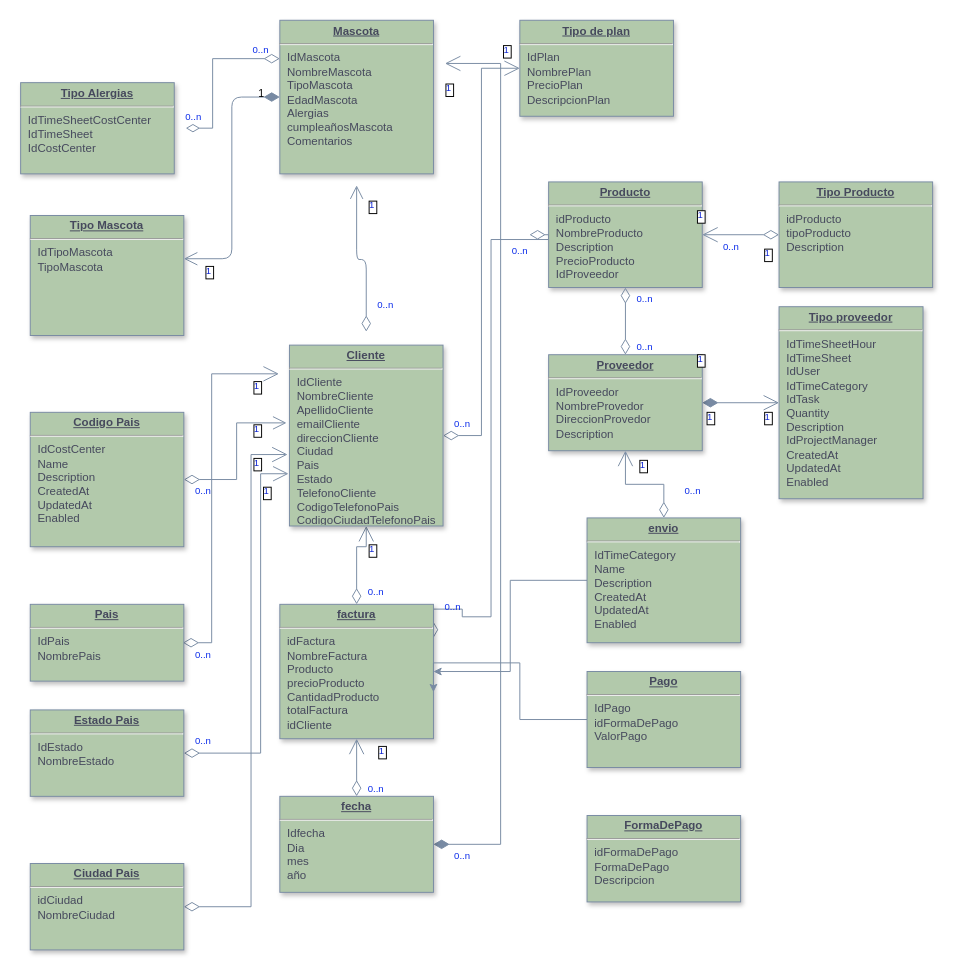
Earlier version of the draw.io diagram SQL/Untitled Diagram.drawio (buitrago001/coderhouse). Source tidied: cells renumbered, new cells numbered last; positions are measured from the earlier drawing's top-left corner, leaving out a move shared by most shapes. Both pictures are drawn from the tidied source at 96%, with x=0, y=0 at pixel (20, 20).
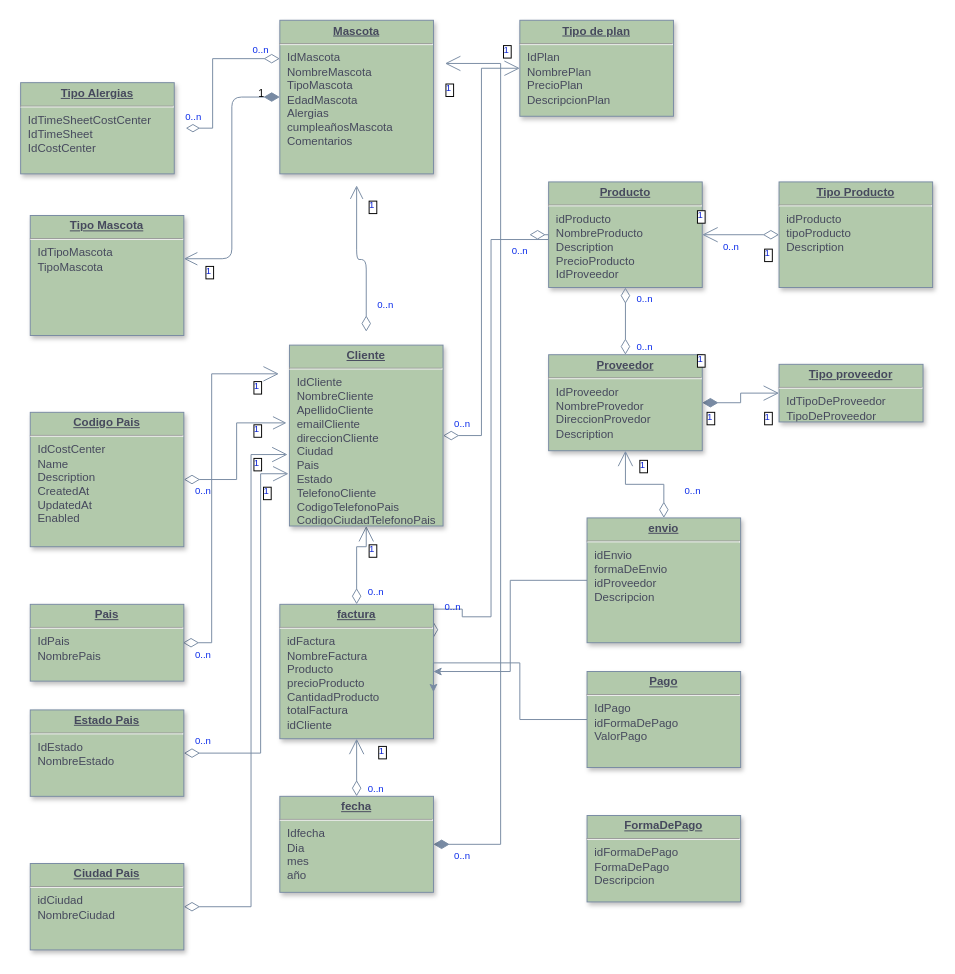
After the change.

Commit message:
diagrama proyecto final v4

The edit, as a diff of the source:
```diff
@@
-    <mxCell id="15" value="&lt;p style=&quot;margin: 0px; margin-top: 4px; text-align: center; text-decoration: underline;&quot;&gt;&lt;strong&gt;Tipo proveedor&lt;/strong&gt;&lt;/p&gt;&lt;hr&gt;&lt;p style=&quot;margin: 0px; margin-left: 8px;&quot;&gt;IdTimeSheetHour&lt;br&gt;IdTimeSheet&lt;/p&gt;&lt;p style=&quot;margin: 0px; margin-left: 8px;&quot;&gt;IdUser&lt;/p&gt;&lt;p style=&quot;margin: 0px; margin-left: 8px;&quot;&gt;IdTimeCategory&lt;/p&gt;&lt;p style=&quot;margin: 0px; margin-left: 8px;&quot;&gt;IdTask&lt;/p&gt;&lt;p style=&quot;margin: 0px; margin-left: 8px;&quot;&gt;Quantity&lt;/p&gt;&lt;p style=&quot;margin: 0px; margin-left: 8px;&quot;&gt;Description&lt;/p&gt;&lt;p style=&quot;margin: 0px; margin-left: 8px;&quot;&gt;IdProjectManager&lt;/p&gt;&lt;p style=&quot;margin: 0px; margin-left: 8px;&quot;&gt;CreatedAt&lt;/p&gt;&lt;p style=&quot;margin: 0px; margin-left: 8px;&quot;&gt;UpdatedAt&lt;/p&gt;&lt;p style=&quot;margin: 0px; margin-left: 8px;&quot;&gt;Enabled&lt;/p&gt;" style="verticalAlign=top;align=left;overflow=fill;fontSize=12;fontFamily=Helvetica;html=1;strokeColor=#788AA3;shadow=1;fillColor=#B2C9AB;fontColor=#46495D;labelBackgroundColor=none;" parent="1" vertex="1">
-      <mxGeometry x="790" y="298" width="150" height="200" as="geometry" />
+    <mxCell id="15" value="&lt;p style=&quot;margin: 0px; margin-top: 4px; text-align: center; text-decoration: underline;&quot;&gt;&lt;strong&gt;Tipo proveedor&lt;/strong&gt;&lt;/p&gt;&lt;hr&gt;&lt;p style=&quot;margin: 0px; margin-left: 8px;&quot;&gt;IdTipoDeProveedor&lt;br&gt;TipoDeProveedor&lt;/p&gt;&lt;p style=&quot;margin: 0px; margin-left: 8px;&quot;&gt;&lt;br&gt;&lt;/p&gt;" style="verticalAlign=top;align=left;overflow=fill;fontSize=12;fontFamily=Helvetica;html=1;strokeColor=#788AA3;shadow=1;fillColor=#B2C9AB;fontColor=#46495D;labelBackgroundColor=none;" parent="1" vertex="1">
+      <mxGeometry x="790" y="358" width="150" height="60" as="geometry" />
     </mxCell>
@@
-    <mxCell id="22" value="&lt;p style=&quot;margin: 0px; margin-top: 4px; text-align: center; text-decoration: underline;&quot;&gt;&lt;strong&gt;envio&lt;/strong&gt;&lt;/p&gt;&lt;hr&gt;&lt;p style=&quot;margin: 0px; margin-left: 8px;&quot;&gt;IdTimeCategory&lt;/p&gt;&lt;p style=&quot;margin: 0px; margin-left: 8px;&quot;&gt;Name&lt;/p&gt;&lt;p style=&quot;margin: 0px; margin-left: 8px;&quot;&gt;Description&lt;/p&gt;&lt;p style=&quot;margin: 0px; margin-left: 8px;&quot;&gt;CreatedAt&lt;/p&gt;&lt;p style=&quot;margin: 0px; margin-left: 8px;&quot;&gt;UpdatedAt&lt;/p&gt;&lt;p style=&quot;margin: 0px; margin-left: 8px;&quot;&gt;Enabled&lt;/p&gt;" style="verticalAlign=top;align=left;overflow=fill;fontSize=12;fontFamily=Helvetica;html=1;strokeColor=#788AA3;shadow=1;fillColor=#B2C9AB;fontColor=#46495D;labelBackgroundColor=none;" parent="1" vertex="1">
+    <mxCell id="22" value="&lt;p style=&quot;margin: 0px; margin-top: 4px; text-align: center; text-decoration: underline;&quot;&gt;&lt;strong&gt;envio&lt;/strong&gt;&lt;/p&gt;&lt;hr&gt;&lt;p style=&quot;margin: 0px; margin-left: 8px;&quot;&gt;idEnvio&lt;/p&gt;&lt;p style=&quot;margin: 0px; margin-left: 8px;&quot;&gt;formaDeEnvio&lt;/p&gt;&lt;p style=&quot;margin: 0px; margin-left: 8px;&quot;&gt;idProveedor&lt;/p&gt;&lt;p style=&quot;margin: 0px; margin-left: 8px;&quot;&gt;Descripcion&lt;/p&gt;" style="verticalAlign=top;align=left;overflow=fill;fontSize=12;fontFamily=Helvetica;html=1;strokeColor=#788AA3;shadow=1;fillColor=#B2C9AB;fontColor=#46495D;labelBackgroundColor=none;" parent="1" vertex="1">
       <mxGeometry x="590" y="518" width="160" height="130" as="geometry" />
     </mxCell>
```
